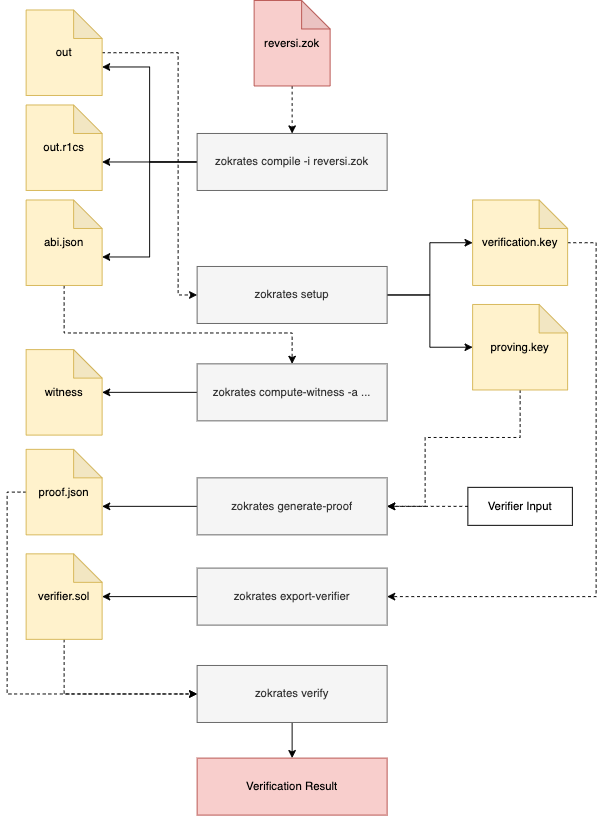
Before: images/zokrates_command.png, a diagram exported from draw.io (ForrestLinjianLi/zksnark-chess-demo). Source tidied: cells renumbered, new cells last; positions are measured from the earlier drawing's top-left corner, leaving out a move shared by most shapes.
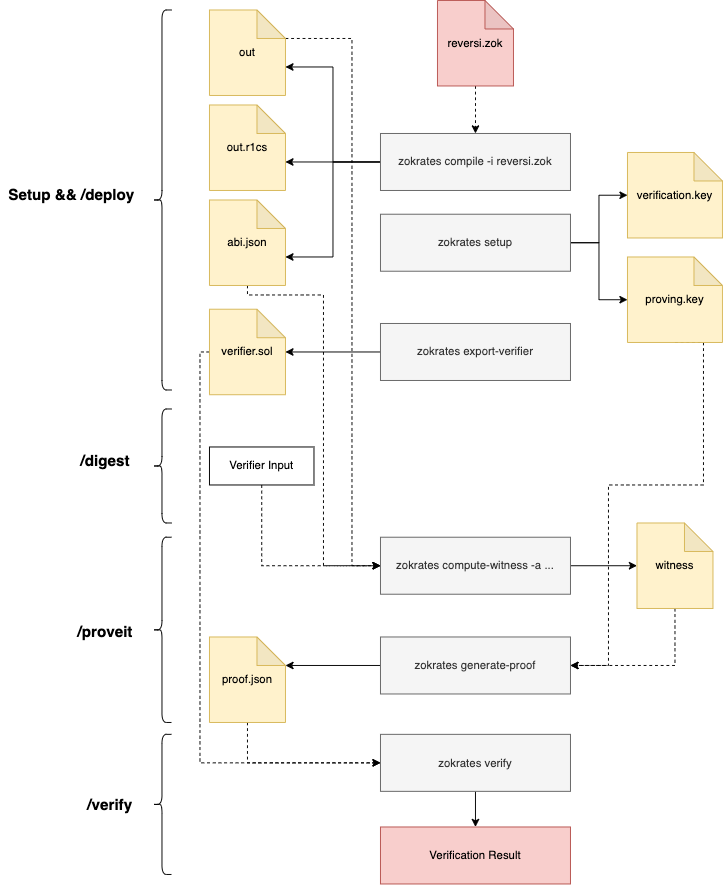
Above is the later version.

Diff of the diagram source:
```diff
@@ -26,14 +26,14 @@
     <mxCell id="9" value="out.r1cs" style="shape=note;whiteSpace=wrap;html=1;backgroundOutline=1;darkOpacity=0.05;rounded=0;shadow=0;glass=0;labelBackgroundColor=none;fillColor=#fff2cc;strokeColor=#d6b656;" parent="1" vertex="1">
       <mxGeometry y="110" width="80" height="90" as="geometry" />
     </mxCell>
-    <mxCell id="10" style="edgeStyle=orthogonalEdgeStyle;rounded=0;jettySize=auto;html=1;entryX=0;entryY=0.5;entryDx=0;entryDy=0;dashed=1;" parent="1" edge="1" source="11" target="14">
-      <mxGeometry relative="1" as="geometry">
-        <Array as="points">
-          <mxPoint x="160" y="55" />
-          <mxPoint x="160" y="310" />
-        </Array>
-      </mxGeometry>
-    </mxCell>
+    <mxCell id="37" style="edgeStyle=orthogonalEdgeStyle;rounded=0;jettySize=auto;html=1;exitX=0;exitY=0;exitDx=80;exitDy=30;exitPerimeter=0;entryX=0;entryY=0.5;entryDx=0;entryDy=0;dashed=1;" parent="1" edge="1" source="11" target="22">
+      <mxGeometry relative="1" as="geometry">
+        <Array as="points">
+          <mxPoint x="150" y="40" />
+          <mxPoint x="150" y="595" />
+        </Array>
+      </mxGeometry>
+    </mxCell>
     <mxCell id="11" value="out" style="shape=note;whiteSpace=wrap;html=1;backgroundOutline=1;darkOpacity=0.05;rounded=0;shadow=0;glass=0;labelBackgroundColor=none;fillColor=#fff2cc;strokeColor=#d6b656;" parent="1" vertex="1">
       <mxGeometry y="10" width="80" height="90" as="geometry" />
     </mxCell>
@@ -44,98 +44,122 @@
       <mxGeometry relative="1" as="geometry" />
     </mxCell>
     <mxCell id="14" value="zokrates setup" style="rounded=0;whiteSpace=wrap;html=1;shadow=0;glass=0;labelBackgroundColor=none;fillColor=#f5f5f5;fontColor=#333333;strokeColor=#666666;" parent="1" vertex="1">
-      <mxGeometry x="180" y="280" width="200" height="60" as="geometry" />
+      <mxGeometry x="180" y="225" width="200" height="60" as="geometry" />
     </mxCell>
-    <mxCell id="15" style="edgeStyle=orthogonalEdgeStyle;rounded=0;jettySize=auto;html=1;exitX=0.5;exitY=1;exitDx=0;exitDy=0;exitPerimeter=0;entryX=0.5;entryY=0;entryDx=0;entryDy=0;dashed=1;" parent="1" edge="1" source="16" target="22">
+    <mxCell id="15" style="edgeStyle=orthogonalEdgeStyle;rounded=0;jettySize=auto;html=1;dashed=1;entryX=0;entryY=0.5;entryDx=0;entryDy=0;" parent="1" edge="1" source="16" target="22">
       <mxGeometry relative="1" as="geometry">
         <Array as="points">
-          <mxPoint x="40" y="350" />
-          <mxPoint x="280" y="350" />
+          <mxPoint x="40" y="310" />
+          <mxPoint x="120" y="310" />
+          <mxPoint x="120" y="595" />
         </Array>
       </mxGeometry>
     </mxCell>
     <mxCell id="16" value="abi.json" style="shape=note;whiteSpace=wrap;html=1;backgroundOutline=1;darkOpacity=0.05;rounded=0;shadow=0;glass=0;labelBackgroundColor=none;fillColor=#fff2cc;strokeColor=#d6b656;" parent="1" vertex="1">
       <mxGeometry y="210" width="80" height="90" as="geometry" />
     </mxCell>
-    <mxCell id="17" style="edgeStyle=orthogonalEdgeStyle;rounded=0;jettySize=auto;html=1;exitX=0.5;exitY=1;exitDx=0;exitDy=0;exitPerimeter=0;entryX=1;entryY=0.5;entryDx=0;entryDy=0;dashed=1;" parent="1" edge="1" target="25">
+    <mxCell id="17" style="edgeStyle=orthogonalEdgeStyle;rounded=0;jettySize=auto;html=1;exitX=0.5;exitY=1;exitDx=0;exitDy=0;exitPerimeter=0;entryX=1;entryY=0.5;entryDx=0;entryDy=0;dashed=1;" parent="1" edge="1" source="18" target="25">
       <mxGeometry relative="1" as="geometry">
-        <mxPoint x="520" y="380" as="sourcePoint" />
         <Array as="points">
-          <mxPoint x="520" y="460" />
-          <mxPoint x="420" y="460" />
-          <mxPoint x="420" y="533" />
+          <mxPoint x="520" y="510" />
+          <mxPoint x="420" y="510" />
+          <mxPoint x="420" y="700" />
         </Array>
       </mxGeometry>
     </mxCell>
     <mxCell id="18" value="proving.key" style="shape=note;whiteSpace=wrap;html=1;backgroundOutline=1;darkOpacity=0.05;rounded=0;shadow=0;glass=0;labelBackgroundColor=none;fillColor=#fff2cc;strokeColor=#d6b656;" parent="1" vertex="1">
-      <mxGeometry x="470" y="320" width="100" height="90" as="geometry" />
+      <mxGeometry x="440" y="270" width="100" height="90" as="geometry" />
     </mxCell>
-    <mxCell id="19" style="edgeStyle=orthogonalEdgeStyle;rounded=0;jettySize=auto;html=1;entryX=1;entryY=0.5;entryDx=0;entryDy=0;dashed=1;" parent="1" edge="1" source="20" target="31">
-      <mxGeometry relative="1" as="geometry">
-        <Array as="points">
-          <mxPoint x="600" y="255" />
-          <mxPoint x="600" y="628" />
-        </Array>
-      </mxGeometry>
-    </mxCell>
     <mxCell id="20" value="verification.key" style="shape=note;whiteSpace=wrap;html=1;backgroundOutline=1;darkOpacity=0.05;rounded=0;shadow=0;glass=0;labelBackgroundColor=none;fillColor=#fff2cc;strokeColor=#d6b656;" parent="1" vertex="1">
-      <mxGeometry x="470" y="210" width="100" height="90" as="geometry" />
+      <mxGeometry x="440" y="160" width="100" height="90" as="geometry" />
     </mxCell>
-    <mxCell id="21" style="edgeStyle=orthogonalEdgeStyle;rounded=0;jettySize=auto;html=1;" parent="1" edge="1" source="22" target="23">
+    <mxCell id="21" style="edgeStyle=orthogonalEdgeStyle;rounded=0;jettySize=auto;html=1;exitX=1;exitY=0.5;exitDx=0;exitDy=0;" parent="1" edge="1" source="22" target="23">
       <mxGeometry relative="1" as="geometry" />
     </mxCell>
     <mxCell id="22" value="zokrates compute-witness -a ..." style="rounded=0;whiteSpace=wrap;html=1;shadow=0;glass=0;labelBackgroundColor=none;fillColor=#f5f5f5;fontColor=#333333;strokeColor=#666666;" parent="1" vertex="1">
-      <mxGeometry x="180" y="382.5" width="200" height="60" as="geometry" />
+      <mxGeometry x="180" y="565" width="200" height="60" as="geometry" />
     </mxCell>
+    <mxCell id="38" style="edgeStyle=orthogonalEdgeStyle;rounded=0;jettySize=auto;html=1;exitX=0.5;exitY=1;exitDx=0;exitDy=0;exitPerimeter=0;entryX=1;entryY=0.5;entryDx=0;entryDy=0;dashed=1;fontSize=16;" parent="1" edge="1" source="23" target="25">
+      <mxGeometry relative="1" as="geometry" />
+    </mxCell>
     <mxCell id="23" value="witness" style="shape=note;whiteSpace=wrap;html=1;backgroundOutline=1;darkOpacity=0.05;rounded=0;shadow=0;glass=0;labelBackgroundColor=none;fillColor=#fff2cc;strokeColor=#d6b656;" parent="1" vertex="1">
-      <mxGeometry y="367.5" width="80" height="90" as="geometry" />
+      <mxGeometry x="450" y="550" width="80" height="90" as="geometry" />
     </mxCell>
-    <mxCell id="24" style="edgeStyle=orthogonalEdgeStyle;rounded=0;jettySize=auto;html=1;exitX=0;exitY=0.5;exitDx=0;exitDy=0;entryX=0;entryY=0;entryDx=80;entryDy=60;entryPerimeter=0;" parent="1" edge="1" source="25" target="29">
+    <mxCell id="24" style="edgeStyle=orthogonalEdgeStyle;rounded=0;jettySize=auto;html=1;exitX=0;exitY=0.5;exitDx=0;exitDy=0;entryX=0;entryY=0;entryDx=80;entryDy=30;entryPerimeter=0;" parent="1" edge="1" source="25" target="29">
       <mxGeometry relative="1" as="geometry" />
     </mxCell>
     <mxCell id="25" value="zokrates generate-proof" style="rounded=0;whiteSpace=wrap;html=1;shadow=0;glass=0;labelBackgroundColor=none;fillColor=#f5f5f5;fontColor=#333333;strokeColor=#666666;" parent="1" vertex="1">
-      <mxGeometry x="180" y="502.5" width="200" height="60" as="geometry" />
+      <mxGeometry x="180" y="670" width="200" height="60" as="geometry" />
     </mxCell>
-    <mxCell id="26" style="edgeStyle=orthogonalEdgeStyle;rounded=0;jettySize=auto;html=1;entryX=1;entryY=0.5;entryDx=0;entryDy=0;dashed=1;exitX=0;exitY=0.5;exitDx=0;exitDy=0;" parent="1" edge="1" source="27" target="25">
-      <mxGeometry relative="1" as="geometry">
-        <Array as="points">
-          <mxPoint x="420" y="533" />
-        </Array>
-      </mxGeometry>
-    </mxCell>
+    <mxCell id="39" style="edgeStyle=orthogonalEdgeStyle;rounded=0;jettySize=auto;html=1;entryX=0;entryY=0.5;entryDx=0;entryDy=0;dashed=1;" parent="1" edge="1" source="27" target="22">
+      <mxGeometry relative="1" as="geometry">
+        <Array as="points">
+          <mxPoint x="55" y="595" />
+        </Array>
+      </mxGeometry>
+    </mxCell>
     <mxCell id="27" value="Verifier Input" style="whiteSpace=wrap;html=1;align=center;rounded=0;shadow=0;glass=0;labelBackgroundColor=none;fillColor=none;" parent="1" vertex="1">
-      <mxGeometry x="465" y="512.5" width="110" height="40" as="geometry" />
+      <mxGeometry y="470" width="110" height="40" as="geometry" />
     </mxCell>
-    <mxCell id="28" style="edgeStyle=orthogonalEdgeStyle;rounded=0;jettySize=auto;html=1;exitX=0;exitY=0.5;exitDx=0;exitDy=0;exitPerimeter=0;entryX=0;entryY=0.5;entryDx=0;entryDy=0;dashed=1;" parent="1" edge="1" source="29" target="35">
-      <mxGeometry relative="1" as="geometry" />
+    <mxCell id="28" style="edgeStyle=orthogonalEdgeStyle;rounded=0;jettySize=auto;html=1;exitX=0.5;exitY=1;exitDx=0;exitDy=0;exitPerimeter=0;entryX=0;entryY=0.5;entryDx=0;entryDy=0;dashed=1;" parent="1" edge="1" source="29" target="35">
+      <mxGeometry relative="1" as="geometry">
+        <Array as="points">
+          <mxPoint x="40" y="803" />
+        </Array>
+      </mxGeometry>
     </mxCell>
     <mxCell id="29" value="proof.json" style="shape=note;whiteSpace=wrap;html=1;backgroundOutline=1;darkOpacity=0.05;rounded=0;shadow=0;glass=0;labelBackgroundColor=none;fillColor=#fff2cc;strokeColor=#d6b656;" parent="1" vertex="1">
-      <mxGeometry y="472.5" width="80" height="90" as="geometry" />
+      <mxGeometry y="670" width="80" height="90" as="geometry" />
     </mxCell>
     <mxCell id="30" style="edgeStyle=orthogonalEdgeStyle;rounded=0;jettySize=auto;html=1;exitX=0;exitY=0.5;exitDx=0;exitDy=0;" parent="1" edge="1" source="31" target="33">
       <mxGeometry relative="1" as="geometry" />
     </mxCell>
     <mxCell id="31" value="&lt;div&gt;zokrates export-verifier&lt;/div&gt;" style="rounded=0;whiteSpace=wrap;html=1;shadow=0;glass=0;labelBackgroundColor=none;fillColor=#f5f5f5;fontColor=#333333;strokeColor=#666666;" parent="1" vertex="1">
-      <mxGeometry x="180" y="597.5" width="200" height="60" as="geometry" />
+      <mxGeometry x="180" y="340" width="200" height="60" as="geometry" />
     </mxCell>
-    <mxCell id="32" style="edgeStyle=orthogonalEdgeStyle;rounded=0;jettySize=auto;html=1;dashed=1;entryX=0;entryY=0.5;entryDx=0;entryDy=0;" parent="1" edge="1" source="33" target="35">
-      <mxGeometry relative="1" as="geometry">
-        <Array as="points">
-          <mxPoint x="40" y="730" />
-        </Array>
-      </mxGeometry>
-    </mxCell>
-    <mxCell id="33" value="verifier.sol" style="shape=note;whiteSpace=wrap;html=1;backgroundOutline=1;darkOpacity=0.05;rounded=0;shadow=0;glass=0;labelBackgroundColor=none;fillColor=#fff2cc;strokeColor=#d6b656;" parent="1" vertex="1">
-      <mxGeometry y="582.5" width="80" height="90" as="geometry" />
-    </mxCell>
     <mxCell id="34" style="edgeStyle=orthogonalEdgeStyle;rounded=0;jettySize=auto;html=1;exitX=0.5;exitY=1;exitDx=0;exitDy=0;entryX=0.5;entryY=0;entryDx=0;entryDy=0;" parent="1" edge="1" source="35" target="36">
       <mxGeometry relative="1" as="geometry" />
     </mxCell>
     <mxCell id="35" value="&lt;div&gt;zokrates verify&lt;/div&gt;" style="rounded=0;whiteSpace=wrap;html=1;shadow=0;glass=0;labelBackgroundColor=none;fillColor=#f5f5f5;fontColor=#333333;strokeColor=#666666;" parent="1" vertex="1">
-      <mxGeometry x="180" y="700" width="200" height="60" as="geometry" />
+      <mxGeometry x="180" y="772.5" width="200" height="60" as="geometry" />
     </mxCell>
     <mxCell id="36" value="&lt;div&gt;Verification Result&lt;/div&gt;" style="rounded=0;whiteSpace=wrap;html=1;shadow=0;glass=0;labelBackgroundColor=none;fillColor=#f8cecc;strokeColor=#b85450;" parent="1" vertex="1">
-      <mxGeometry x="180" y="797.5" width="200" height="60" as="geometry" />
+      <mxGeometry x="180" y="870" width="200" height="60" as="geometry" />
     </mxCell>
+    <mxCell id="40" style="shape=curlyBracket;whiteSpace=wrap;html=1;rounded=1;shadow=0;glass=0;labelBackgroundColor=none;fillColor=none;" parent="1" vertex="1">
+      <mxGeometry x="-60" y="10" width="20" height="400" as="geometry" />
+    </mxCell>
+    <mxCell id="41" style="shape=curlyBracket;whiteSpace=wrap;html=1;rounded=1;shadow=0;glass=0;labelBackgroundColor=none;fillColor=none;" parent="1" vertex="1">
+      <mxGeometry x="-60" y="565" width="20" height="195" as="geometry" />
+    </mxCell>
+    <mxCell id="32" style="edgeStyle=orthogonalEdgeStyle;rounded=0;jettySize=auto;html=1;exitX=0;exitY=0.5;exitDx=0;exitDy=0;exitPerimeter=0;dashed=1;entryX=0;entryY=0.5;entryDx=0;entryDy=0;" parent="1" edge="1" source="33" target="35">
+      <mxGeometry relative="1" as="geometry">
+        <Array as="points">
+          <mxPoint x="-10" y="370" />
+          <mxPoint x="-10" y="803" />
+        </Array>
+      </mxGeometry>
+    </mxCell>
+    <mxCell id="33" value="verifier.sol" style="shape=note;whiteSpace=wrap;html=1;backgroundOutline=1;darkOpacity=0.05;rounded=0;shadow=0;glass=0;labelBackgroundColor=none;fillColor=#fff2cc;strokeColor=#d6b656;" parent="1" vertex="1">
+      <mxGeometry y="325" width="80" height="90" as="geometry" />
+    </mxCell>
+    <mxCell id="42" value="&lt;b style=&quot;font-size: 16px;&quot;&gt;Setup &amp;amp;&amp;amp; /deploy&lt;/b&gt;" style="text;html=1;strokeColor=none;fillColor=none;align=center;verticalAlign=middle;whiteSpace=wrap;rounded=0;shadow=0;glass=0;labelBackgroundColor=none;fontSize=16;" parent="1" vertex="1">
+      <mxGeometry x="-220" y="190" width="150" height="30" as="geometry" />
+    </mxCell>
+    <mxCell id="43" style="shape=curlyBracket;whiteSpace=wrap;html=1;rounded=1;shadow=0;glass=0;labelBackgroundColor=none;fillColor=none;" parent="1" vertex="1">
+      <mxGeometry x="-60" y="430" width="20" height="120" as="geometry" />
+    </mxCell>
+    <mxCell id="44" value="&lt;b style=&quot;font-size: 16px;&quot;&gt;/digest&lt;/b&gt;" style="text;html=1;align=center;verticalAlign=middle;strokeColor=none;fillColor=none;fontSize=16;" parent="1" vertex="1">
+      <mxGeometry x="-150" y="470" width="80" height="30" as="geometry" />
+    </mxCell>
+    <mxCell id="45" value="&lt;b style=&quot;font-size: 16px;&quot;&gt;/proveit&lt;/b&gt;" style="text;html=1;align=center;verticalAlign=middle;strokeColor=none;fillColor=none;fontSize=16;" parent="1" vertex="1">
+      <mxGeometry x="-150" y="650" width="80" height="30" as="geometry" />
+    </mxCell>
+    <mxCell id="46" value="&lt;b style=&quot;font-size: 16px;&quot;&gt;/verify&lt;/b&gt;" style="text;html=1;align=center;verticalAlign=middle;strokeColor=none;fillColor=none;fontSize=16;" parent="1" vertex="1">
+      <mxGeometry x="-140" y="832.5" width="70" height="30" as="geometry" />
+    </mxCell>
+    <mxCell id="47" style="shape=curlyBracket;whiteSpace=wrap;html=1;rounded=1;shadow=0;glass=0;labelBackgroundColor=none;fillColor=none;" parent="1" vertex="1">
+      <mxGeometry x="-60" y="772.5" width="20" height="147.5" as="geometry" />
+    </mxCell>
   </root>
 </mxGraphModel>
```
